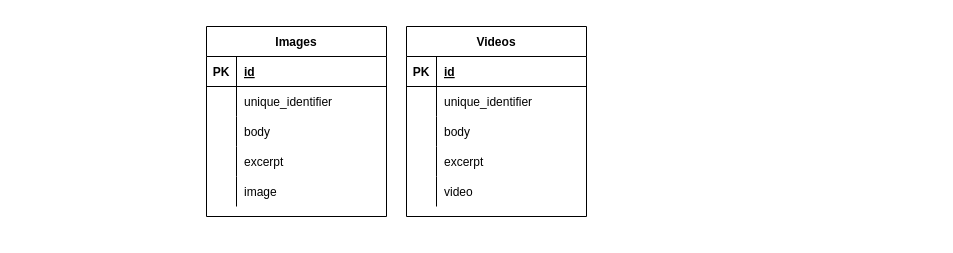
This is Database Schema.drawio from yafizh/Wisata-Tiwingan-Lama-Laravel, a draw.io file, before an edit. Source tidied: cells renumbered, new cells numbered last; positions are measured from the earlier drawing's top-left corner, leaving out a move shared by most shapes. Both pictures are drawn from the tidied source at 100%, with x=0, y=0 at pixel (206, 26).
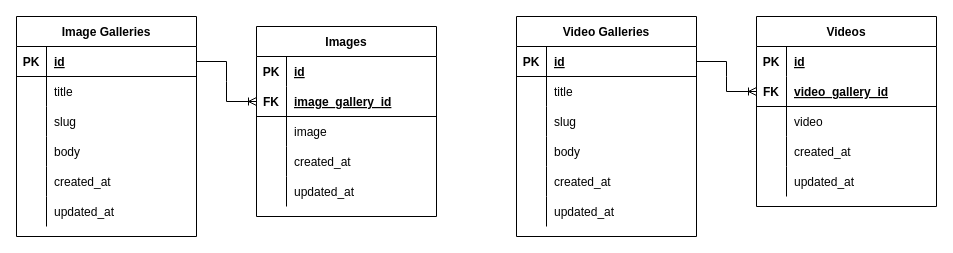
Above is the later version.

Commit message (it also covers changes not shown here):
search feature but not active now and detain gallery feature

The change refers to these unchanged cells:
```xml
<mxCell id="3" style="shape=tableRow;horizontal=0;startSize=0;swimlaneHead=0;swimlaneBody=0;fillColor=none;points=[[0,0.5],[1,0.5]];portConstraint=eastwest;top=0;left=0;right=0;bottom=1;" parent="2" vertex="1">
  <mxGeometry y="30" width="180" height="30" as="geometry" />
</mxCell>
<mxCell id="6" style="shape=tableRow;horizontal=0;startSize=0;swimlaneHead=0;swimlaneBody=0;fillColor=none;top=0;left=0;right=0;bottom=0;" parent="2" vertex="1">
  <mxGeometry y="60" width="180" height="30" as="geometry" />
</mxCell>
<mxCell id="9" style="shape=tableRow;horizontal=0;startSize=0;swimlaneHead=0;swimlaneBody=0;fillColor=none;top=0;left=0;right=0;bottom=0;" parent="2" vertex="1">
  <mxGeometry y="90" width="180" height="30" as="geometry" />
</mxCell>
<mxCell id="12" style="shape=tableRow;horizontal=0;startSize=0;swimlaneHead=0;swimlaneBody=0;fillColor=none;top=0;left=0;right=0;bottom=0;" parent="2" vertex="1">
  <mxGeometry y="120" width="180" height="30" as="geometry" />
</mxCell>
<mxCell id="15" style="shape=tableRow;horizontal=0;startSize=0;swimlaneHead=0;swimlaneBody=0;fillColor=none;top=0;left=0;right=0;bottom=0;" parent="2" vertex="1">
  <mxGeometry y="150" width="180" height="30" as="geometry" />
</mxCell>
```

The edit, as a diff of the source:
```diff
@@
-    <mxCell id="2" value="Images" style="shape=table;startSize=30;childLayout=tableLayout;rowLines=0;fontStyle=1;align=center;" parent="1" vertex="1">
-      <mxGeometry width="180" height="190" as="geometry" />
+    <mxCell id="2" value="Image Galleries" style="shape=table;startSize=30;childLayout=tableLayout;rowLines=0;fontStyle=1;align=center;" parent="1" vertex="1">
+      <mxGeometry x="-190" y="-10" width="180" height="220" as="geometry" />
     </mxCell>
@@
-    <mxCell id="8" value="unique_identifier" style="shape=partialRectangle;fillColor=none;top=0;left=0;bottom=0;right=0;align=left;spacingLeft=6;overflow=hidden;" parent="6" vertex="1">
+    <mxCell id="8" value="title" style="shape=partialRectangle;fillColor=none;top=0;left=0;bottom=0;right=0;align=left;spacingLeft=6;overflow=hidden;" parent="6" vertex="1">
       <mxGeometry x="30" width="150" height="30" as="geometry" />
     </mxCell>
@@
-    <mxCell id="11" value="body" style="shape=partialRectangle;fillColor=none;top=0;left=0;bottom=0;right=0;align=left;spacingLeft=6;overflow=hidden;" parent="9" vertex="1">
+    <mxCell id="11" value="slug" style="shape=partialRectangle;fillColor=none;top=0;left=0;bottom=0;right=0;align=left;spacingLeft=6;overflow=hidden;" parent="9" vertex="1">
       <mxGeometry x="30" width="150" height="30" as="geometry" />
     </mxCell>
@@
-    <mxCell id="14" value="excerpt" style="shape=partialRectangle;fillColor=none;top=0;left=0;bottom=0;right=0;align=left;spacingLeft=6;overflow=hidden;" parent="12" vertex="1">
+    <mxCell id="14" value="body" style="shape=partialRectangle;fillColor=none;top=0;left=0;bottom=0;right=0;align=left;spacingLeft=6;overflow=hidden;" parent="12" vertex="1">
       <mxGeometry x="30" width="150" height="30" as="geometry" />
     </mxCell>
@@
-    <mxCell id="17" value="image" style="shape=partialRectangle;fillColor=none;top=0;left=0;bottom=0;right=0;align=left;spacingLeft=6;overflow=hidden;" parent="15" vertex="1">
+    <mxCell id="17" value="created_at" style="shape=partialRectangle;fillColor=none;top=0;left=0;bottom=0;right=0;align=left;spacingLeft=6;overflow=hidden;" parent="15" vertex="1">
       <mxGeometry x="30" width="150" height="30" as="geometry" />
     </mxCell>
+    <mxCell id="34" style="shape=tableRow;horizontal=0;startSize=0;swimlaneHead=0;swimlaneBody=0;fillColor=none;top=0;left=0;right=0;bottom=0;" parent="2" vertex="1">
+      <mxGeometry y="180" width="180" height="30" as="geometry" />
+    </mxCell>
+    <mxCell id="35" style="shape=partialRectangle;fillColor=none;top=0;left=0;bottom=0;right=0;overflow=hidden;" parent="34" vertex="1">
+      <mxGeometry width="30" height="30" as="geometry" />
+    </mxCell>
+    <mxCell id="36" value="updated_at" style="shape=partialRectangle;fillColor=none;top=0;left=0;bottom=0;right=0;align=left;spacingLeft=6;overflow=hidden;" parent="34" vertex="1">
+      <mxGeometry x="30" width="150" height="30" as="geometry" />
+    </mxCell>
+    <mxCell id="37" value="Video Galleries" style="shape=table;startSize=30;childLayout=tableLayout;rowLines=0;fontStyle=1;align=center;" parent="1" vertex="1">
+      <mxGeometry x="310" y="-10" width="180" height="220" as="geometry" />
+    </mxCell>
+    <mxCell id="19" style="shape=tableRow;horizontal=0;startSize=0;swimlaneHead=0;swimlaneBody=0;fillColor=none;points=[[0,0.5],[1,0.5]];portConstraint=eastwest;top=0;left=0;right=0;bottom=1;" parent="37" vertex="1">
+      <mxGeometry y="30" width="180" height="30" as="geometry" />
+    </mxCell>
+    <mxCell id="38" value="PK" style="shape=partialRectangle;fillColor=none;top=0;left=0;bottom=0;right=0;fontStyle=1;overflow=hidden;" parent="19" vertex="1">
+      <mxGeometry width="30" height="30" as="geometry" />
+    </mxCell>
+    <mxCell id="39" value="id" style="shape=partialRectangle;fillColor=none;top=0;left=0;bottom=0;right=0;align=left;spacingLeft=6;fontStyle=5;overflow=hidden;" parent="19" vertex="1">
+      <mxGeometry x="30" width="150" height="30" as="geometry" />
+    </mxCell>
+    <mxCell id="22" style="shape=tableRow;horizontal=0;startSize=0;swimlaneHead=0;swimlaneBody=0;fillColor=none;top=0;left=0;right=0;bottom=0;" parent="37" vertex="1">
+      <mxGeometry y="60" width="180" height="30" as="geometry" />
+    </mxCell>
+    <mxCell id="40" style="shape=partialRectangle;fillColor=none;top=0;left=0;bottom=0;right=0;overflow=hidden;" parent="22" vertex="1">
+      <mxGeometry width="30" height="30" as="geometry" />
+    </mxCell>
+    <mxCell id="41" value="title" style="shape=partialRectangle;fillColor=none;top=0;left=0;bottom=0;right=0;align=left;spacingLeft=6;overflow=hidden;" parent="22" vertex="1">
+      <mxGeometry x="30" width="150" height="30" as="geometry" />
+    </mxCell>
+    <mxCell id="42" style="shape=tableRow;horizontal=0;startSize=0;swimlaneHead=0;swimlaneBody=0;fillColor=none;top=0;left=0;right=0;bottom=0;" parent="37" vertex="1">
+      <mxGeometry y="90" width="180" height="30" as="geometry" />
+    </mxCell>
+    <mxCell id="43" style="shape=partialRectangle;fillColor=none;top=0;left=0;bottom=0;right=0;overflow=hidden;" parent="42" vertex="1">
+      <mxGeometry width="30" height="30" as="geometry" />
+    </mxCell>
+    <mxCell id="44" value="slug" style="shape=partialRectangle;fillColor=none;top=0;left=0;bottom=0;right=0;align=left;spacingLeft=6;overflow=hidden;" parent="42" vertex="1">
+      <mxGeometry x="30" width="150" height="30" as="geometry" />
+    </mxCell>
+    <mxCell id="45" style="shape=tableRow;horizontal=0;startSize=0;swimlaneHead=0;swimlaneBody=0;fillColor=none;top=0;left=0;right=0;bottom=0;" parent="37" vertex="1">
+      <mxGeometry y="120" width="180" height="30" as="geometry" />
+    </mxCell>
+    <mxCell id="46" style="shape=partialRectangle;fillColor=none;top=0;left=0;bottom=0;right=0;overflow=hidden;" parent="45" vertex="1">
+      <mxGeometry width="30" height="30" as="geometry" />
+    </mxCell>
+    <mxCell id="27" value="body" style="shape=partialRectangle;fillColor=none;top=0;left=0;bottom=0;right=0;align=left;spacingLeft=6;overflow=hidden;" parent="45" vertex="1">
+      <mxGeometry x="30" width="150" height="30" as="geometry" />
+    </mxCell>
+    <mxCell id="47" style="shape=tableRow;horizontal=0;startSize=0;swimlaneHead=0;swimlaneBody=0;fillColor=none;top=0;left=0;right=0;bottom=0;" parent="37" vertex="1">
+      <mxGeometry y="150" width="180" height="30" as="geometry" />
+    </mxCell>
+    <mxCell id="48" style="shape=partialRectangle;fillColor=none;top=0;left=0;bottom=0;right=0;overflow=hidden;" parent="47" vertex="1">
+      <mxGeometry width="30" height="30" as="geometry" />
+    </mxCell>
+    <mxCell id="49" value="created_at" style="shape=partialRectangle;fillColor=none;top=0;left=0;bottom=0;right=0;align=left;spacingLeft=6;overflow=hidden;" parent="47" vertex="1">
+      <mxGeometry x="30" width="150" height="30" as="geometry" />
+    </mxCell>
+    <mxCell id="50" style="shape=tableRow;horizontal=0;startSize=0;swimlaneHead=0;swimlaneBody=0;fillColor=none;top=0;left=0;right=0;bottom=0;" parent="37" vertex="1">
+      <mxGeometry y="180" width="180" height="30" as="geometry" />
+    </mxCell>
+    <mxCell id="51" style="shape=partialRectangle;fillColor=none;top=0;left=0;bottom=0;right=0;overflow=hidden;" parent="50" vertex="1">
+      <mxGeometry width="30" height="30" as="geometry" />
+    </mxCell>
+    <mxCell id="52" value="updated_at" style="shape=partialRectangle;fillColor=none;top=0;left=0;bottom=0;right=0;align=left;spacingLeft=6;overflow=hidden;" parent="50" vertex="1">
+      <mxGeometry x="30" width="150" height="30" as="geometry" />
+    </mxCell>
+    <mxCell id="53" value="Images" style="shape=table;startSize=30;childLayout=tableLayout;rowLines=0;fontStyle=1;align=center;" parent="1" vertex="1">
+      <mxGeometry x="50" width="180" height="190" as="geometry" />
+    </mxCell>
+    <mxCell id="54" style="shape=tableRow;horizontal=0;startSize=0;swimlaneHead=0;swimlaneBody=0;fillColor=none;top=0;left=0;right=0;bottom=1;strokeColor=none;" parent="53" vertex="1">
+      <mxGeometry y="30" width="180" height="30" as="geometry" />
+    </mxCell>
+    <mxCell id="55" value="PK" style="shape=partialRectangle;fillColor=none;top=0;left=0;bottom=0;right=0;fontStyle=1;overflow=hidden;" parent="54" vertex="1">
+      <mxGeometry width="30" height="30" as="geometry" />
+    </mxCell>
+    <mxCell id="56" value="id" style="shape=partialRectangle;fillColor=none;top=0;left=0;bottom=0;right=0;align=left;spacingLeft=6;fontStyle=5;overflow=hidden;" parent="54" vertex="1">
+      <mxGeometry x="30" width="150" height="30" as="geometry" />
+    </mxCell>
+    <mxCell id="57" style="shape=tableRow;horizontal=0;startSize=0;swimlaneHead=0;swimlaneBody=0;fillColor=none;points=[[0,0.5],[1,0.5]];portConstraint=eastwest;top=0;left=0;right=0;bottom=1;" parent="53" vertex="1">
+      <mxGeometry y="60" width="180" height="30" as="geometry" />
+    </mxCell>
+    <mxCell id="58" value="FK" style="shape=partialRectangle;fillColor=none;top=0;left=0;bottom=0;right=0;fontStyle=1;overflow=hidden;" parent="57" vertex="1">
+      <mxGeometry width="30" height="30" as="geometry" />
+    </mxCell>
+    <mxCell id="59" value="image_gallery_id" style="shape=partialRectangle;fillColor=none;top=0;left=0;bottom=0;right=0;align=left;spacingLeft=6;fontStyle=5;overflow=hidden;" parent="57" vertex="1">
+      <mxGeometry x="30" width="150" height="30" as="geometry" />
+    </mxCell>
+    <mxCell id="60" style="shape=tableRow;horizontal=0;startSize=0;swimlaneHead=0;swimlaneBody=0;fillColor=none;top=0;left=0;right=0;bottom=0;" parent="53" vertex="1">
+      <mxGeometry y="90" width="180" height="30" as="geometry" />
+    </mxCell>
+    <mxCell id="61" style="shape=partialRectangle;fillColor=none;top=0;left=0;bottom=0;right=0;overflow=hidden;" parent="60" vertex="1">
+      <mxGeometry width="30" height="30" as="geometry" />
+    </mxCell>
+    <mxCell id="62" value="image" style="shape=partialRectangle;fillColor=none;top=0;left=0;bottom=0;right=0;align=left;spacingLeft=6;overflow=hidden;" parent="60" vertex="1">
+      <mxGeometry x="30" width="150" height="30" as="geometry" />
+    </mxCell>
+    <mxCell id="63" style="shape=tableRow;horizontal=0;startSize=0;swimlaneHead=0;swimlaneBody=0;fillColor=none;top=0;left=0;right=0;bottom=0;" parent="53" vertex="1">
+      <mxGeometry y="120" width="180" height="30" as="geometry" />
+    </mxCell>
+    <mxCell id="64" style="shape=partialRectangle;fillColor=none;top=0;left=0;bottom=0;right=0;overflow=hidden;" parent="63" vertex="1">
+      <mxGeometry width="30" height="30" as="geometry" />
+    </mxCell>
+    <mxCell id="65" value="created_at" style="shape=partialRectangle;fillColor=none;top=0;left=0;bottom=0;right=0;align=left;spacingLeft=6;overflow=hidden;" parent="63" vertex="1">
+      <mxGeometry x="30" width="150" height="30" as="geometry" />
+    </mxCell>
+    <mxCell id="66" style="shape=tableRow;horizontal=0;startSize=0;swimlaneHead=0;swimlaneBody=0;fillColor=none;top=0;left=0;right=0;bottom=0;" parent="53" vertex="1">
+      <mxGeometry y="150" width="180" height="30" as="geometry" />
+    </mxCell>
+    <mxCell id="67" style="shape=partialRectangle;fillColor=none;top=0;left=0;bottom=0;right=0;overflow=hidden;" parent="66" vertex="1">
+      <mxGeometry width="30" height="30" as="geometry" />
+    </mxCell>
+    <mxCell id="68" value="updated_at" style="shape=partialRectangle;fillColor=none;top=0;left=0;bottom=0;right=0;align=left;spacingLeft=6;overflow=hidden;" parent="66" vertex="1">
+      <mxGeometry x="30" width="150" height="30" as="geometry" />
+    </mxCell>
     <mxCell id="18" value="Videos" style="shape=table;startSize=30;childLayout=tableLayout;rowLines=0;fontStyle=1;align=center;" parent="1" vertex="1">
-      <mxGeometry x="200" width="180" height="190" as="geometry" />
+      <mxGeometry x="550" y="-10" width="180" height="190" as="geometry" />
     </mxCell>
-    <mxCell id="19" style="shape=tableRow;horizontal=0;startSize=0;swimlaneHead=0;swimlaneBody=0;fillColor=none;points=[[0,0.5],[1,0.5]];portConstraint=eastwest;top=0;left=0;right=0;bottom=1;" parent="18" vertex="1">
-      <mxGeometry y="30" width="180" height="30" as="geometry" />
-    </mxCell>
-    <mxCell id="20" value="PK" style="shape=partialRectangle;fillColor=none;top=0;left=0;bottom=0;right=0;fontStyle=1;overflow=hidden;" parent="19" vertex="1">
-      <mxGeometry width="30" height="30" as="geometry" />
-    </mxCell>
-    <mxCell id="21" value="id" style="shape=partialRectangle;fillColor=none;top=0;left=0;bottom=0;right=0;align=left;spacingLeft=6;fontStyle=5;overflow=hidden;" parent="19" vertex="1">
-      <mxGeometry x="30" width="150" height="30" as="geometry" />
-    </mxCell>
-    <mxCell id="22" style="shape=tableRow;horizontal=0;startSize=0;swimlaneHead=0;swimlaneBody=0;fillColor=none;top=0;left=0;right=0;bottom=0;" parent="18" vertex="1">
-      <mxGeometry y="60" width="180" height="30" as="geometry" />
-    </mxCell>
-    <mxCell id="23" style="shape=partialRectangle;fillColor=none;top=0;left=0;bottom=0;right=0;overflow=hidden;" parent="22" vertex="1">
-      <mxGeometry width="30" height="30" as="geometry" />
-    </mxCell>
-    <mxCell id="24" value="unique_identifier" style="shape=partialRectangle;fillColor=none;top=0;left=0;bottom=0;right=0;align=left;spacingLeft=6;overflow=hidden;" parent="22" vertex="1">
-      <mxGeometry x="30" width="150" height="30" as="geometry" />
-    </mxCell>
-    <mxCell id="25" style="shape=tableRow;horizontal=0;startSize=0;swimlaneHead=0;swimlaneBody=0;fillColor=none;top=0;left=0;right=0;bottom=0;" parent="18" vertex="1">
-      <mxGeometry y="90" width="180" height="30" as="geometry" />
-    </mxCell>
-    <mxCell id="26" style="shape=partialRectangle;fillColor=none;top=0;left=0;bottom=0;right=0;overflow=hidden;" parent="25" vertex="1">
-      <mxGeometry width="30" height="30" as="geometry" />
-    </mxCell>
-    <mxCell id="27" value="body" style="shape=partialRectangle;fillColor=none;top=0;left=0;bottom=0;right=0;align=left;spacingLeft=6;overflow=hidden;" parent="25" vertex="1">
-      <mxGeometry x="30" width="150" height="30" as="geometry" />
-    </mxCell>
-    <mxCell id="28" style="shape=tableRow;horizontal=0;startSize=0;swimlaneHead=0;swimlaneBody=0;fillColor=none;top=0;left=0;right=0;bottom=0;" parent="18" vertex="1">
-      <mxGeometry y="120" width="180" height="30" as="geometry" />
-    </mxCell>
-    <mxCell id="29" style="shape=partialRectangle;fillColor=none;top=0;left=0;bottom=0;right=0;overflow=hidden;" parent="28" vertex="1">
-      <mxGeometry width="30" height="30" as="geometry" />
-    </mxCell>
-    <mxCell id="30" value="excerpt" style="shape=partialRectangle;fillColor=none;top=0;left=0;bottom=0;right=0;align=left;spacingLeft=6;overflow=hidden;" parent="28" vertex="1">
-      <mxGeometry x="30" width="150" height="30" as="geometry" />
-    </mxCell>
-    <mxCell id="31" style="shape=tableRow;horizontal=0;startSize=0;swimlaneHead=0;swimlaneBody=0;fillColor=none;top=0;left=0;right=0;bottom=0;" parent="18" vertex="1">
-      <mxGeometry y="150" width="180" height="30" as="geometry" />
-    </mxCell>
-    <mxCell id="32" style="shape=partialRectangle;fillColor=none;top=0;left=0;bottom=0;right=0;overflow=hidden;" parent="31" vertex="1">
-      <mxGeometry width="30" height="30" as="geometry" />
-    </mxCell>
+    <mxCell id="69" style="shape=tableRow;horizontal=0;startSize=0;swimlaneHead=0;swimlaneBody=0;fillColor=none;top=0;left=0;right=0;bottom=1;strokeColor=none;" parent="18" vertex="1">
+      <mxGeometry y="30" width="180" height="30" as="geometry" />
+    </mxCell>
+    <mxCell id="70" value="PK" style="shape=partialRectangle;fillColor=none;top=0;left=0;bottom=0;right=0;fontStyle=1;overflow=hidden;" parent="69" vertex="1">
+      <mxGeometry width="30" height="30" as="geometry" />
+    </mxCell>
+    <mxCell id="71" value="id" style="shape=partialRectangle;fillColor=none;top=0;left=0;bottom=0;right=0;align=left;spacingLeft=6;fontStyle=5;overflow=hidden;" parent="69" vertex="1">
+      <mxGeometry x="30" width="150" height="30" as="geometry" />
+    </mxCell>
+    <mxCell id="72" style="shape=tableRow;horizontal=0;startSize=0;swimlaneHead=0;swimlaneBody=0;fillColor=none;points=[[0,0.5],[1,0.5]];portConstraint=eastwest;top=0;left=0;right=0;bottom=1;" parent="18" vertex="1">
+      <mxGeometry y="60" width="180" height="30" as="geometry" />
+    </mxCell>
+    <mxCell id="73" value="FK" style="shape=partialRectangle;fillColor=none;top=0;left=0;bottom=0;right=0;fontStyle=1;overflow=hidden;" parent="72" vertex="1">
+      <mxGeometry width="30" height="30" as="geometry" />
+    </mxCell>
+    <mxCell id="74" value="video_gallery_id" style="shape=partialRectangle;fillColor=none;top=0;left=0;bottom=0;right=0;align=left;spacingLeft=6;fontStyle=5;overflow=hidden;" parent="72" vertex="1">
+      <mxGeometry x="30" width="150" height="30" as="geometry" />
+    </mxCell>
+    <mxCell id="75" style="shape=tableRow;horizontal=0;startSize=0;swimlaneHead=0;swimlaneBody=0;fillColor=none;top=0;left=0;right=0;bottom=0;" parent="18" vertex="1">
+      <mxGeometry y="90" width="180" height="30" as="geometry" />
+    </mxCell>
+    <mxCell id="76" style="shape=partialRectangle;fillColor=none;top=0;left=0;bottom=0;right=0;overflow=hidden;" parent="75" vertex="1">
+      <mxGeometry width="30" height="30" as="geometry" />
+    </mxCell>
-    <mxCell id="33" value="video" style="shape=partialRectangle;fillColor=none;top=0;left=0;bottom=0;right=0;align=left;spacingLeft=6;overflow=hidden;" parent="31" vertex="1">
+    <mxCell id="33" value="video" style="shape=partialRectangle;fillColor=none;top=0;left=0;bottom=0;right=0;align=left;spacingLeft=6;overflow=hidden;" parent="75" vertex="1">
       <mxGeometry x="30" width="150" height="30" as="geometry" />
     </mxCell>
+    <mxCell id="77" style="shape=tableRow;horizontal=0;startSize=0;swimlaneHead=0;swimlaneBody=0;fillColor=none;top=0;left=0;right=0;bottom=0;" parent="18" vertex="1">
+      <mxGeometry y="120" width="180" height="30" as="geometry" />
+    </mxCell>
+    <mxCell id="78" style="shape=partialRectangle;fillColor=none;top=0;left=0;bottom=0;right=0;overflow=hidden;" parent="77" vertex="1">
+      <mxGeometry width="30" height="30" as="geometry" />
+    </mxCell>
+    <mxCell id="79" value="created_at" style="shape=partialRectangle;fillColor=none;top=0;left=0;bottom=0;right=0;align=left;spacingLeft=6;overflow=hidden;" parent="77" vertex="1">
+      <mxGeometry x="30" width="150" height="30" as="geometry" />
+    </mxCell>
+    <mxCell id="80" style="shape=tableRow;horizontal=0;startSize=0;swimlaneHead=0;swimlaneBody=0;fillColor=none;top=0;left=0;right=0;bottom=0;" parent="18" vertex="1">
+      <mxGeometry y="150" width="180" height="30" as="geometry" />
+    </mxCell>
+    <mxCell id="81" style="shape=partialRectangle;fillColor=none;top=0;left=0;bottom=0;right=0;overflow=hidden;" parent="80" vertex="1">
+      <mxGeometry width="30" height="30" as="geometry" />
+    </mxCell>
+    <mxCell id="82" value="updated_at" style="shape=partialRectangle;fillColor=none;top=0;left=0;bottom=0;right=0;align=left;spacingLeft=6;overflow=hidden;" parent="80" vertex="1">
+      <mxGeometry x="30" width="150" height="30" as="geometry" />
+    </mxCell>
+    <mxCell id="83" style="edgeStyle=entityRelationEdgeStyle;fontSize=12;html=1;endArrow=ERoneToMany;rounded=0;exitX=1;exitY=0.5;exitDx=0;exitDy=0;entryX=0;entryY=0.5;entryDx=0;entryDy=0;" parent="1" edge="1" source="3" target="57">
+      <mxGeometry relative="1" as="geometry" />
+    </mxCell>
+    <mxCell id="84" style="edgeStyle=entityRelationEdgeStyle;fontSize=12;html=1;endArrow=ERoneToMany;rounded=0;exitX=1;exitY=0.5;exitDx=0;exitDy=0;entryX=0;entryY=0.5;entryDx=0;entryDy=0;" parent="1" edge="1" source="19" target="72">
+      <mxGeometry relative="1" as="geometry" />
+    </mxCell>
```
